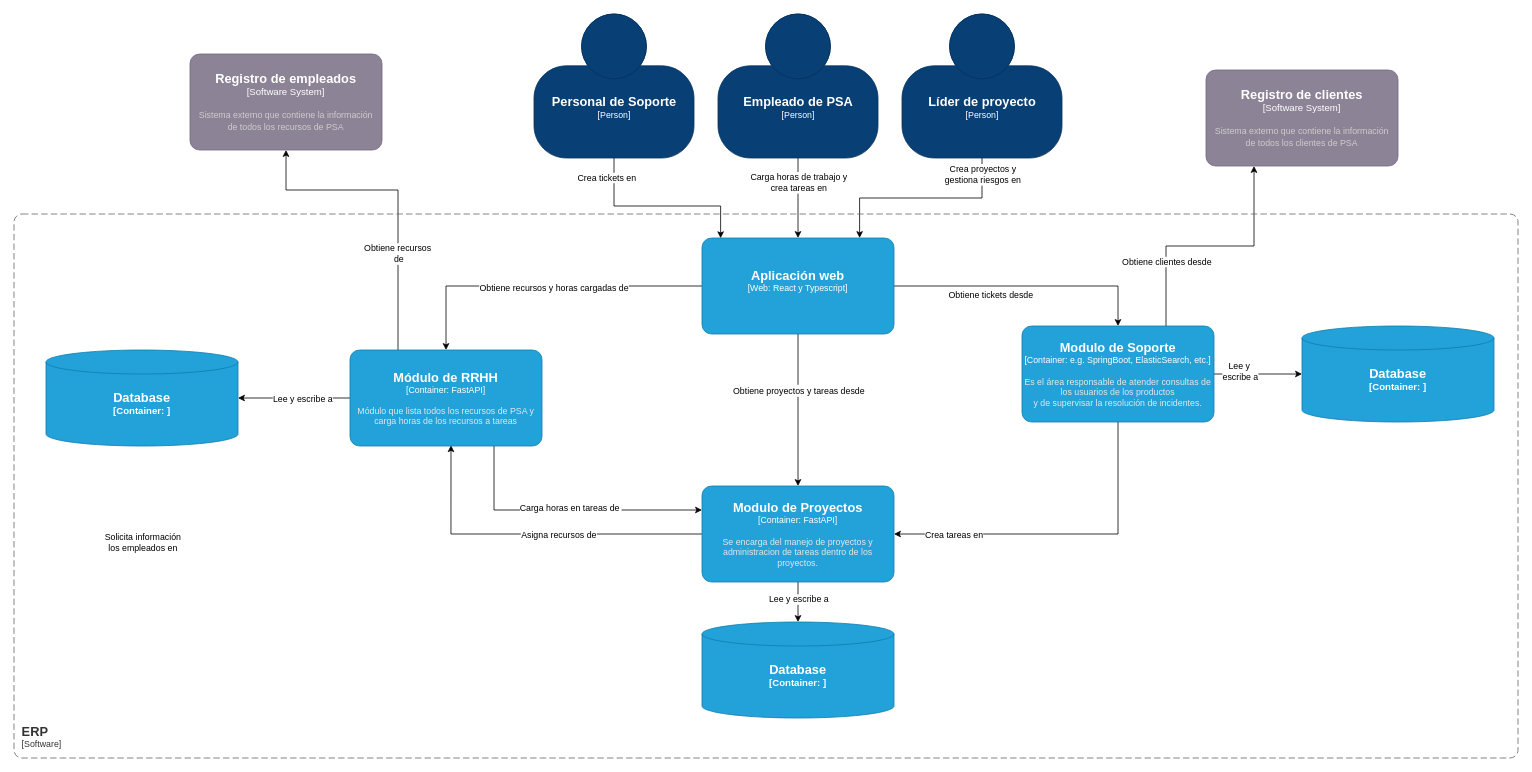
Earlier version of the draw.io diagram page "Nivel 2" (2 of 3) of AnInfo Tribu 1/Diagramas/C4 y Modelo de Dominio Tribu 1.drawio (NicolasEzequielZulaicaRivera/FIUBS_ANINFO). Source tidied: cells renumbered, new cells numbered last; positions are measured from the earlier drawing's top-left corner, leaving out a move shared by most shapes. Both pictures are drawn from the tidied source at 80%, with x=0, y=0 at pixel (14, 14).
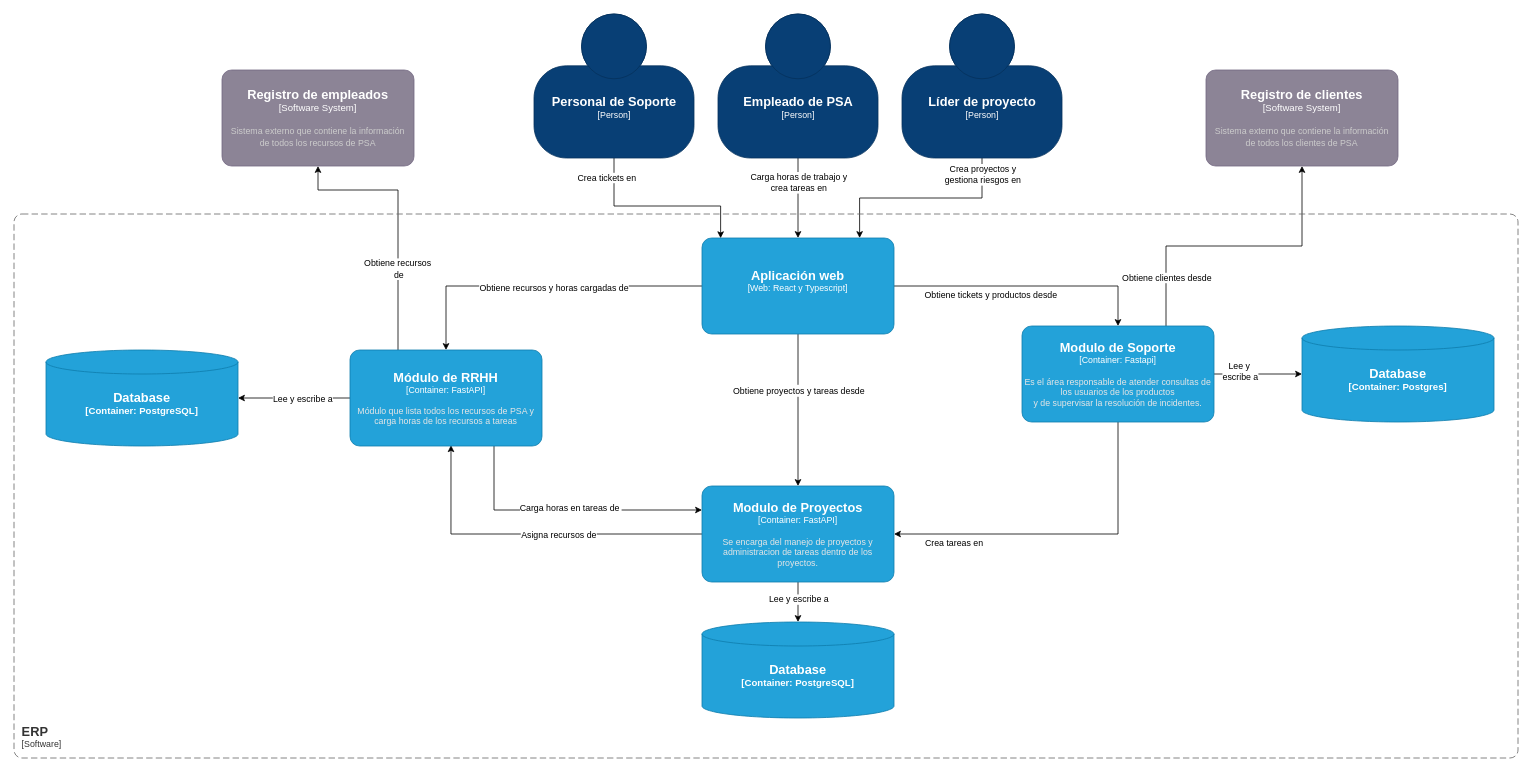
After the change.

Unchanged cells that the change refers to:
```xml
<mxCell id="7" style="edgeStyle=orthogonalEdgeStyle;rounded=0;jettySize=auto;html=1;entryX=1;entryY=0.5;entryDx=0;entryDy=0;entryPerimeter=0;exitX=0.5;exitY=1;exitDx=0;exitDy=0;exitPerimeter=0;" parent="1" edge="1" source="11" target="16">
  <mxGeometry relative="1" as="geometry">
    <Array as="points">
      <mxPoint x="1380" y="650" />
    </Array>
  </mxGeometry>
</mxCell>
<object id="23" label="&lt;font style=&quot;font-size: 16px&quot;&gt;&lt;b&gt;%c4Name%&lt;/b&gt;&lt;/font&gt;&lt;div&gt;[%c4Type%: %c4Technology%]&lt;/div&gt;&lt;br&gt;&lt;div&gt;&lt;font style=&quot;font-size: 11px&quot;&gt;&lt;font color=&quot;#E6E6E6&quot;&gt;%c4Description%&lt;/font&gt;&lt;/div&gt;" c4Description="Módulo que lista todos los recursos de PSA y carga horas de los recursos a tareas" c4Name="Módulo de RRHH" c4Technology="FastAPI" c4Type="Container" placeholders="1">
  <mxCell style="rounded=1;whiteSpace=wrap;html=1;fontSize=11;labelBackgroundColor=none;fillColor=#23A2D9;fontColor=#ffffff;align=center;arcSize=10;strokeColor=#0E7DAD;points=[[0.25,0,0],[0.5,0,0],[0.75,0,0],[1,0.25,0],[1,0.5,0],[1,0.75,0],[0.75,1,0],[0.5,1,0],[0.25,1,0],[0,0.75,0],[0,0.5,0],[0,0.25,0]];" parent="1" vertex="1">
    <mxGeometry x="420" y="420" width="240" height="120" as="geometry" />
  </mxCell>
</object>
<mxCell id="26" style="edgeStyle=orthogonalEdgeStyle;rounded=0;jettySize=auto;html=1;entryX=0.5;entryY=0;entryDx=0;entryDy=0;entryPerimeter=0;exitX=1;exitY=0.5;exitDx=0;exitDy=0;exitPerimeter=0;" parent="1" edge="1" source="30" target="11">
  <mxGeometry relative="1" as="geometry">
    <Array as="points">
      <mxPoint x="1380" y="340" />
    </Array>
  </mxGeometry>
</mxCell>
<object id="43" label="&lt;font style=&quot;font-size: 16px&quot;&gt;&lt;b&gt;%c4Name%&lt;/b&gt;&lt;/font&gt;&lt;div&gt;[%c4Type%]&lt;/div&gt;&lt;br&gt;&lt;div&gt;&lt;font style=&quot;font-size: 11px&quot;&gt;&lt;font color=&quot;#cccccc&quot;&gt;%c4Description%&lt;/font&gt;&lt;/div&gt;" c4Description="Sistema externo que contiene la información&#10;de todos los clientes de PSA" c4Name="Registro de clientes" c4Type="Software System" placeholders="1">
  <mxCell style="rounded=1;whiteSpace=wrap;html=1;labelBackgroundColor=none;fillColor=#8C8496;fontColor=#ffffff;align=center;arcSize=10;strokeColor=#736782;points=[[0.25,0,0],[0.5,0,0],[0.75,0,0],[1,0.25,0],[1,0.5,0],[1,0.75,0],[0.75,1,0],[0.5,1,0],[0.25,1,0],[0,0.75,0],[0,0.5,0],[0,0.25,0]];" parent="1" vertex="1">
    <mxGeometry x="1490" y="70" width="240" height="120" as="geometry" />
  </mxCell>
</object>
```

The edit, as a diff of the source:
```diff
@@
     <object id="4" label="&lt;font style=&quot;font-size: 16px&quot;&gt;&lt;b&gt;%c4Name%&lt;/b&gt;&lt;/font&gt;&lt;div&gt;[%c4Type%]&lt;/div&gt;&lt;br&gt;&lt;div&gt;&lt;font style=&quot;font-size: 11px&quot;&gt;&lt;font color=&quot;#cccccc&quot;&gt;%c4Description%&lt;/font&gt;&lt;/div&gt;" c4Description="Sistema externo que contiene la información&#10;de todos los recursos de PSA" c4Name="Registro de empleados" c4Type="Software System" placeholders="1">
       <mxCell style="rounded=1;whiteSpace=wrap;html=1;labelBackgroundColor=none;fillColor=#8C8496;fontColor=#ffffff;align=center;arcSize=10;strokeColor=#736782;points=[[0.25,0,0],[0.5,0,0],[0.75,0,0],[1,0.25,0],[1,0.5,0],[1,0.75,0],[0.75,1,0],[0.5,1,0],[0.25,1,0],[0,0.75,0],[0,0.5,0],[0,0.25,0]];" parent="1" vertex="1">
-        <mxGeometry x="220" y="50" width="240" height="120" as="geometry" />
+        <mxGeometry x="260" y="70" width="240" height="120" as="geometry" />
       </mxCell>
     </object>
@@
     <mxCell id="8" value="Crea tareas en" style="edgeLabel;html=1;align=center;verticalAlign=middle;" parent="7" vertex="1">
       <mxGeometry x="0.05" y="-1" relative="1" as="geometry">
-        <mxPoint x="-125" y="1" as="offset" />
+        <mxPoint x="-125" y="11" as="offset" />
       </mxGeometry>
     </mxCell>
-    <mxCell id="9" style="edgeStyle=orthogonalEdgeStyle;rounded=0;jettySize=auto;html=1;exitX=0.75;exitY=0;exitDx=0;exitDy=0;exitPerimeter=0;entryX=0.25;entryY=1;entryDx=0;entryDy=0;entryPerimeter=0;fontSize=11;" parent="1" edge="1" source="11" target="43">
-      <mxGeometry relative="1" as="geometry" />
+    <mxCell id="9" style="edgeStyle=orthogonalEdgeStyle;rounded=0;jettySize=auto;html=1;exitX=0.75;exitY=0;exitDx=0;exitDy=0;exitPerimeter=0;entryX=0.5;entryY=1;entryDx=0;entryDy=0;entryPerimeter=0;fontSize=11;" parent="1" edge="1" source="11" target="43">
+      <mxGeometry relative="1" as="geometry">
+        <Array as="points">
+          <mxPoint x="1440" y="290" />
+          <mxPoint x="1610" y="290" />
+        </Array>
+      </mxGeometry>
     </mxCell>
     <mxCell id="10" value="Obtiene clientes desde" style="edgeLabel;html=1;align=center;verticalAlign=middle;fontSize=11;" parent="9" vertex="1">
       <mxGeometry x="-0.55" y="4" relative="1" as="geometry">
-        <mxPoint x="4" y="-11" as="offset" />
+        <mxPoint x="4" y="22" as="offset" />
       </mxGeometry>
     </mxCell>
-    <object id="11" label="&lt;font style=&quot;font-size: 16px&quot;&gt;&lt;b&gt;%c4Name%&lt;/b&gt;&lt;/font&gt;&lt;div&gt;[%c4Type%: %c4Technology%]&lt;/div&gt;&lt;br&gt;&lt;div&gt;&lt;font style=&quot;font-size: 11px&quot;&gt;&lt;font color=&quot;#E6E6E6&quot;&gt;%c4Description%&lt;/font&gt;&lt;/div&gt;" c4Description="Es el área responsable de atender consultas de los usuarios de los productos&#10;y de supervisar la resolución de incidentes." c4Name="Modulo de Soporte" c4Technology="e.g. SpringBoot, ElasticSearch, etc." c4Type="Container" placeholders="1">
+    <object id="11" label="&lt;font style=&quot;font-size: 16px&quot;&gt;&lt;b&gt;%c4Name%&lt;/b&gt;&lt;/font&gt;&lt;div&gt;[%c4Type%: %c4Technology%]&lt;/div&gt;&lt;br&gt;&lt;div&gt;&lt;font style=&quot;font-size: 11px&quot;&gt;&lt;font color=&quot;#E6E6E6&quot;&gt;%c4Description%&lt;/font&gt;&lt;/div&gt;" c4Description="Es el área responsable de atender consultas de los usuarios de los productos&#10;y de supervisar la resolución de incidentes." c4Name="Modulo de Soporte" c4Technology="Fastapi" c4Type="Container" placeholders="1">
       <mxCell style="rounded=1;whiteSpace=wrap;html=1;fontSize=11;labelBackgroundColor=none;fillColor=#23A2D9;fontColor=#ffffff;align=center;arcSize=10;strokeColor=#0E7DAD;points=[[0.25,0,0],[0.5,0,0],[0.75,0,0],[1,0.25,0],[1,0.5,0],[1,0.75,0],[0.75,1,0],[0.5,1,0],[0.25,1,0],[0,0.75,0],[0,0.5,0],[0,0.25,0]];" parent="1" vertex="1">
         <mxGeometry x="1260" y="390" width="240" height="120" as="geometry" />
       </mxCell>
     </object>
@@
     <mxCell id="19" style="edgeStyle=orthogonalEdgeStyle;rounded=0;jettySize=auto;html=1;entryX=0.5;entryY=1;entryDx=0;entryDy=0;entryPerimeter=0;" parent="1" edge="1" source="23" target="4">
       <mxGeometry relative="1" as="geometry">
         <Array as="points">
           <mxPoint x="480" y="220" />
-          <mxPoint x="340" y="220" />
+          <mxPoint x="380" y="220" />
         </Array>
       </mxGeometry>
     </mxCell>
@@
-    <mxCell id="27" value="&lt;div&gt;Obtiene tickets desde&lt;/div&gt;" style="edgeLabel;html=1;align=center;verticalAlign=middle;" parent="26" vertex="1">
+    <mxCell id="27" value="&lt;div&gt;Obtiene tickets y productos desde&lt;/div&gt;" style="edgeLabel;html=1;align=center;verticalAlign=middle;" parent="26" vertex="1">
       <mxGeometry x="-0.6" y="2" relative="1" as="geometry">
         <mxPoint x="54" y="12" as="offset" />
       </mxGeometry>
     </mxCell>
@@
-    <object id="33" label="&lt;font style=&quot;font-size: 16px&quot;&gt;&lt;b&gt;%c4Type%&lt;/font&gt;&lt;div&gt;[%c4Container%:&amp;nbsp;%c4Technology%]&lt;/div&gt;&lt;br&gt;&lt;div&gt;&lt;font style=&quot;font-size: 11px&quot;&gt;&lt;font color=&quot;#E6E6E6&quot;&gt;%c4Description%&lt;/font&gt;&lt;/div&gt;" c4Container="Container" c4Description="" c4Technology="" c4Type="Database" placeholders="1">
+    <object id="33" label="&lt;font style=&quot;font-size: 16px&quot;&gt;&lt;b&gt;%c4Type%&lt;/font&gt;&lt;div&gt;[%c4Container%:&amp;nbsp;%c4Technology%]&lt;/div&gt;&lt;br&gt;&lt;div&gt;&lt;font style=&quot;font-size: 11px&quot;&gt;&lt;font color=&quot;#E6E6E6&quot;&gt;%c4Description%&lt;/font&gt;&lt;/div&gt;" c4Container="Container" c4Description="" c4Technology="PostgreSQL" c4Type="Database" placeholders="1">
       <mxCell style="shape=cylinder3;size=15;whiteSpace=wrap;html=1;boundedLbl=1;rounded=0;labelBackgroundColor=none;fillColor=#23A2D9;fontSize=12;fontColor=#ffffff;align=center;strokeColor=#0E7DAD;points=[[0.5,0,0],[1,0.25,0],[1,0.5,0],[1,0.75,0],[0.5,1,0],[0,0.75,0],[0,0.5,0],[0,0.25,0]];" parent="1" vertex="1">
         <mxGeometry x="40" y="420" width="240" height="120" as="geometry" />
       </mxCell>
     </object>
@@
-    <object id="38" label="&lt;font style=&quot;font-size: 16px&quot;&gt;&lt;b&gt;%c4Type%&lt;/font&gt;&lt;div&gt;[%c4Container%:&amp;nbsp;%c4Technology%]&lt;/div&gt;&lt;br&gt;&lt;div&gt;&lt;font style=&quot;font-size: 11px&quot;&gt;&lt;font color=&quot;#E6E6E6&quot;&gt;%c4Description%&lt;/font&gt;&lt;/div&gt;" c4Container="Container" c4Description="" c4Technology="" c4Type="Database" placeholders="1">
+    <object id="38" label="&lt;font style=&quot;font-size: 16px&quot;&gt;&lt;b&gt;%c4Type%&lt;/font&gt;&lt;div&gt;[%c4Container%:&amp;nbsp;%c4Technology%]&lt;/div&gt;&lt;br&gt;&lt;div&gt;&lt;font style=&quot;font-size: 11px&quot;&gt;&lt;font color=&quot;#E6E6E6&quot;&gt;%c4Description%&lt;/font&gt;&lt;/div&gt;" c4Container="Container" c4Description="" c4Technology="Postgres" c4Type="Database" placeholders="1">
       <mxCell style="shape=cylinder3;size=15;whiteSpace=wrap;html=1;boundedLbl=1;rounded=0;labelBackgroundColor=none;fillColor=#23A2D9;fontSize=12;fontColor=#ffffff;align=center;strokeColor=#0E7DAD;points=[[0.5,0,0],[1,0.25,0],[1,0.5,0],[1,0.75,0],[0.5,1,0],[0,0.75,0],[0,0.5,0],[0,0.25,0]];" parent="1" vertex="1">
         <mxGeometry x="1610" y="390" width="240" height="120" as="geometry" />
       </mxCell>
     </object>
@@
-    <object id="41" label="&lt;font style=&quot;font-size: 16px&quot;&gt;&lt;b&gt;%c4Type%&lt;/font&gt;&lt;div&gt;[%c4Container%:&amp;nbsp;%c4Technology%]&lt;/div&gt;&lt;br&gt;&lt;div&gt;&lt;font style=&quot;font-size: 11px&quot;&gt;&lt;font color=&quot;#E6E6E6&quot;&gt;%c4Description%&lt;/font&gt;&lt;/div&gt;" c4Container="Container" c4Description="" c4Technology="" c4Type="Database" placeholders="1">
+    <object id="41" label="&lt;font style=&quot;font-size: 16px&quot;&gt;&lt;b&gt;%c4Type%&lt;/font&gt;&lt;div&gt;[%c4Container%:&amp;nbsp;%c4Technology%]&lt;/div&gt;&lt;br&gt;&lt;div&gt;&lt;font style=&quot;font-size: 11px&quot;&gt;&lt;font color=&quot;#E6E6E6&quot;&gt;%c4Description%&lt;/font&gt;&lt;/div&gt;" c4Container="Container" c4Description="" c4Technology="PostgreSQL" c4Type="Database" placeholders="1">
       <mxCell style="shape=cylinder3;size=15;whiteSpace=wrap;html=1;boundedLbl=1;rounded=0;labelBackgroundColor=none;fillColor=#23A2D9;fontSize=12;fontColor=#ffffff;align=center;strokeColor=#0E7DAD;points=[[0.5,0,0],[1,0.25,0],[1,0.5,0],[1,0.75,0],[0.5,1,0],[0,0.75,0],[0,0.5,0],[0,0.25,0]];" parent="1" vertex="1">
         <mxGeometry x="860" y="760" width="240" height="120" as="geometry" />
       </mxCell>
     </object>
-    <mxCell id="42" value="&lt;div&gt;Solicita información&lt;/div&gt;&lt;div&gt;los empleados en&lt;br&gt;&lt;/div&gt;" style="edgeLabel;html=1;align=center;verticalAlign=middle;" parent="1" vertex="1">
-      <mxGeometry x="160" y="660" as="geometry" />
-    </mxCell>
```
